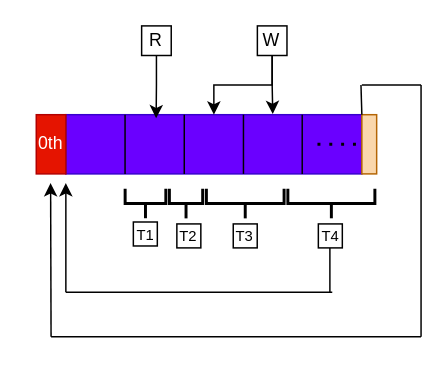
Above: Form Workshop/images/sb5.drawio in AnaIPereira/Presentations (draw.io), before the change. Source tidied: cells renumbered, new cells numbered last; positions are measured from the earlier drawing's top-left corner, leaving out a move shared by most shapes. Both pictures are drawn from the tidied source at 148%, with x=0, y=0 at pixel (36, 25).
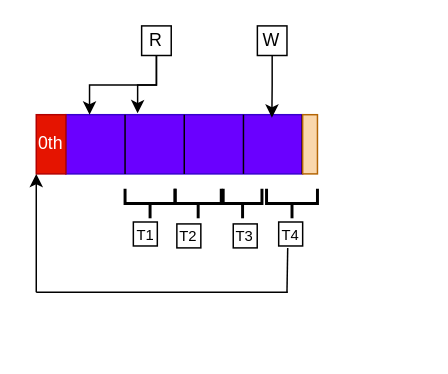
After the change.

Unchanged cells that the change refers to:
```xml
<mxCell id="10" value="W" style="rounded=0;whiteSpace=wrap;html=1;" parent="1" vertex="1">
  <mxGeometry x="149.4" width="20" height="20" as="geometry" />
</mxCell>
<mxCell id="11" value="R" style="rounded=0;whiteSpace=wrap;html=1;" parent="1" vertex="1">
  <mxGeometry x="71.2" width="20" height="20" as="geometry" />
</mxCell>
```

What changed in the source:
```diff
@@
     <mxCell id="2" style="rounded=0;whiteSpace=wrap;html=1;fillColor=light-dark(#6A00FF,#7F00FF);strokeColor=#3700CC;fontColor=#ffffff;" parent="1" vertex="1">
-      <mxGeometry x="20" y="60" width="200" height="40" as="geometry" />
+      <mxGeometry x="20" y="60" width="160" height="40" as="geometry" />
     </mxCell>
@@
-    <mxCell id="7" style="endArrow=none;dashed=1;html=1;dashPattern=1 3;strokeWidth=2;rounded=0;" parent="1" edge="1" target="2">
-      <mxGeometry relative="1" as="geometry">
-        <mxPoint x="190" y="80" as="sourcePoint" />
-      </mxGeometry>
-    </mxCell>
@@
-    <mxCell id="9" style="edgeStyle=orthogonalEdgeStyle;rounded=0;jettySize=auto;html=1;entryX=0.5;entryY=0;entryDx=0;entryDy=0;" parent="1" edge="1" source="10" target="2">
-      <mxGeometry relative="1" as="geometry" />
-    </mxCell>
@@
     <mxCell id="12" style="strokeWidth=2;html=1;shape=mxgraph.flowchart.annotation_2;align=left;labelPosition=right;rotation=-90;" parent="1" vertex="1">
-      <mxGeometry x="63.8" y="106.2" width="20" height="27.5" as="geometry" />
+      <mxGeometry x="66.9" y="103.1" width="20" height="33.8" as="geometry" />
     </mxCell>
     <mxCell id="13" style="strokeWidth=2;html=1;shape=mxgraph.flowchart.annotation_2;align=left;labelPosition=right;rotation=-90;" parent="1" vertex="1">
-      <mxGeometry x="91.2" y="108.8" width="20" height="22.5" as="geometry" />
+      <mxGeometry x="99.4" y="104.4" width="20" height="31.2" as="geometry" />
     </mxCell>
     <mxCell id="14" style="strokeWidth=2;html=1;shape=mxgraph.flowchart.annotation_2;align=left;labelPosition=right;rotation=-90;" parent="1" vertex="1">
-      <mxGeometry x="131.2" y="93.8" width="20" height="52.5" as="geometry" />
+      <mxGeometry x="129.4" y="106.9" width="20" height="26.2" as="geometry" />
     </mxCell>
     <mxCell id="15" style="strokeWidth=2;html=1;shape=mxgraph.flowchart.annotation_2;align=left;labelPosition=right;rotation=-90;" parent="1" vertex="1">
-      <mxGeometry x="189.4" y="90.6" width="20" height="58.8" as="geometry" />
+      <mxGeometry x="162.8" y="102.8" width="20" height="34.4" as="geometry" />
     </mxCell>
     <mxCell id="16" style="rounded=0;whiteSpace=wrap;html=1;fillColor=#fad7ac;strokeColor=#b46504;" parent="1" vertex="1">
-      <mxGeometry x="220" y="60" width="10" height="40" as="geometry" />
+      <mxGeometry x="180" y="60" width="10" height="40" as="geometry" />
     </mxCell>
-    <mxCell id="17" style="endArrow=none;html=1;rounded=0;" parent="1" edge="1">
-      <mxGeometry relative="1" as="geometry">
-        <mxPoint x="220" y="40" as="sourcePoint" />
-        <mxPoint x="260" y="40" as="targetPoint" />
-      </mxGeometry>
-    </mxCell>
-    <mxCell id="18" style="endArrow=none;html=1;rounded=0;" parent="1" edge="1">
-      <mxGeometry relative="1" as="geometry">
-        <mxPoint x="10" y="210" as="sourcePoint" />
-        <mxPoint x="260" y="210" as="targetPoint" />
-      </mxGeometry>
-    </mxCell>
-    <mxCell id="19" style="endArrow=none;html=1;rounded=0;" parent="1" edge="1">
-      <mxGeometry relative="1" as="geometry">
-        <mxPoint x="260" y="40" as="sourcePoint" />
-        <mxPoint x="260" y="210" as="targetPoint" />
-      </mxGeometry>
-    </mxCell>
     <mxCell id="20" style="endArrow=none;html=1;rounded=0;" parent="1" edge="1">
       <mxGeometry relative="1" as="geometry">
-        <mxPoint x="20" y="180" as="sourcePoint" />
-        <mxPoint x="200" y="180" as="targetPoint" />
+        <mxPoint y="180" as="sourcePoint" />
+        <mxPoint x="170" y="180" as="targetPoint" />
       </mxGeometry>
     </mxCell>
     <mxCell id="21" style="endArrow=none;html=1;rounded=0;" parent="1" edge="1">
       <mxGeometry relative="1" as="geometry">
-        <mxPoint x="198.4" y="180" as="sourcePoint" />
-        <mxPoint x="198.4" y="150" as="targetPoint" />
+        <mxPoint x="169.4" y="180" as="sourcePoint" />
+        <mxPoint x="169.9" y="150" as="targetPoint" />
       </mxGeometry>
     </mxCell>
-    <mxCell id="22" style="endArrow=none;html=1;rounded=0;" parent="1" edge="1">
-      <mxGeometry relative="1" as="geometry">
-        <mxPoint x="220" y="60" as="sourcePoint" />
-        <mxPoint x="219.4" y="40" as="targetPoint" />
-      </mxGeometry>
-    </mxCell>
-    <mxCell id="23" style="endArrow=classic;html=1;rounded=0;" parent="1" edge="1">
-      <mxGeometry relative="1" as="geometry">
-        <mxPoint x="10" y="210" as="sourcePoint" />
-        <mxPoint x="9.7" y="106.2" as="targetPoint" />
-      </mxGeometry>
-    </mxCell>
@@
     <mxCell id="25" value="&lt;font style=&quot;font-size: 10px;&quot;&gt;T4&lt;/font&gt;" style="rounded=0;whiteSpace=wrap;html=1;" parent="1" vertex="1">
-      <mxGeometry x="190.6" y="133.8" width="16.2" height="16.2" as="geometry" />
+      <mxGeometry x="163.8" y="132.5" width="16.2" height="16.2" as="geometry" />
     </mxCell>
@@
     <mxCell id="28" style="endArrow=classic;html=1;rounded=0;" parent="1" edge="1">
       <mxGeometry relative="1" as="geometry">
-        <mxPoint x="20" y="180" as="sourcePoint" />
-        <mxPoint x="20" y="106.2" as="targetPoint" />
+        <mxPoint y="180" as="sourcePoint" />
+        <mxPoint y="100" as="targetPoint" />
       </mxGeometry>
     </mxCell>
-    <mxCell id="29" style="edgeStyle=orthogonalEdgeStyle;rounded=0;jettySize=auto;html=1;entryX=0.305;entryY=0.061;entryDx=0;entryDy=0;entryPerimeter=0;" parent="1" edge="1" source="11" target="2">
-      <mxGeometry relative="1" as="geometry" />
-    </mxCell>
-    <mxCell id="30" style="edgeStyle=orthogonalEdgeStyle;rounded=0;jettySize=auto;html=1;entryX=0.699;entryY=-0.011;entryDx=0;entryDy=0;entryPerimeter=0;" parent="1" edge="1" source="10" target="2">
-      <mxGeometry relative="1" as="geometry" />
-    </mxCell>
+    <mxCell id="31" style="edgeStyle=orthogonalEdgeStyle;rounded=0;jettySize=auto;html=1;entryX=0.1;entryY=0;entryDx=0;entryDy=0;entryPerimeter=0;" parent="1" edge="1" source="11" target="2">
+      <mxGeometry relative="1" as="geometry" />
+    </mxCell>
+    <mxCell id="32" style="edgeStyle=orthogonalEdgeStyle;rounded=0;jettySize=auto;html=1;entryX=0.303;entryY=-0.024;entryDx=0;entryDy=0;entryPerimeter=0;" parent="1" edge="1" source="11" target="2">
+      <mxGeometry relative="1" as="geometry" />
+    </mxCell>
+    <mxCell id="33" style="edgeStyle=orthogonalEdgeStyle;rounded=0;jettySize=auto;html=1;entryX=0.87;entryY=0.05;entryDx=0;entryDy=0;entryPerimeter=0;" parent="1" edge="1" source="10" target="2">
+      <mxGeometry relative="1" as="geometry" />
+    </mxCell>
```
